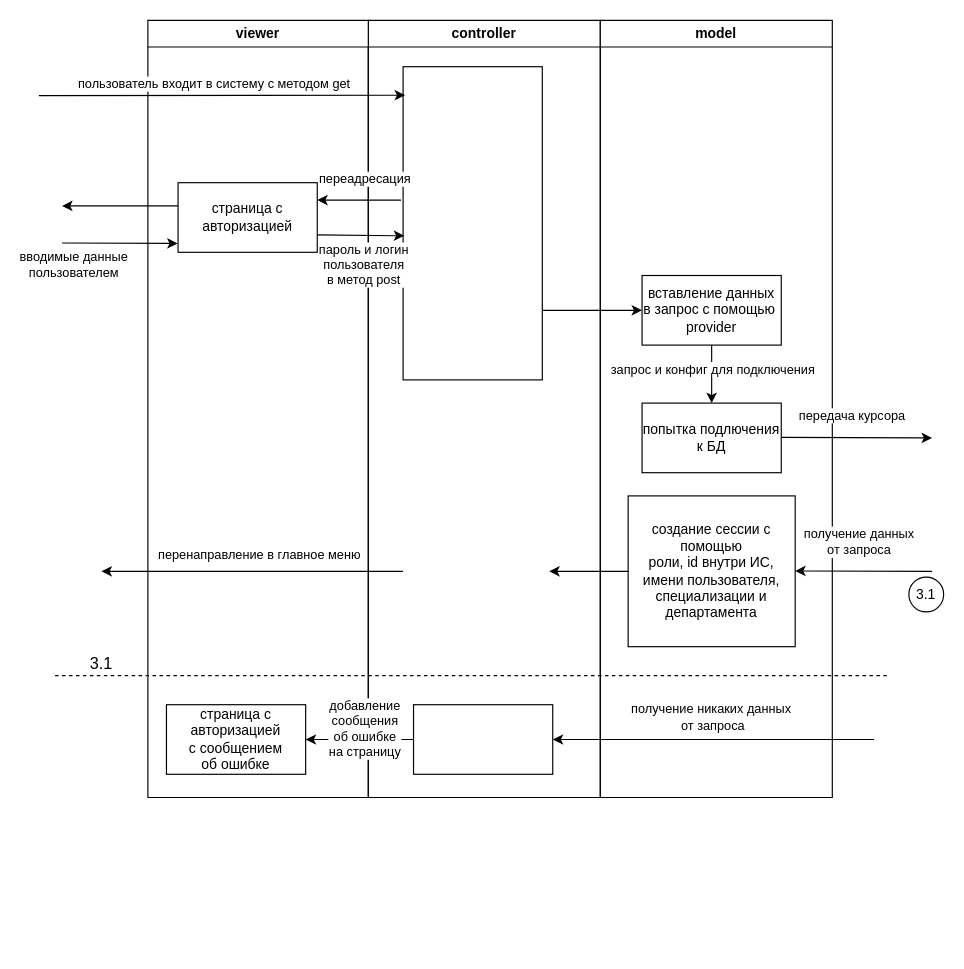
Kirpichikk/final_project keeps this draw.io diagram as мьс/авторизация.drawio. Above is the earlier version. Source tidied: cells renumbered, new cells numbered last; positions are measured from the earlier drawing's top-left corner, leaving out a move shared by most shapes. Both pictures are drawn from the tidied source at 116%, with x=0, y=0 at pixel (38, 20).
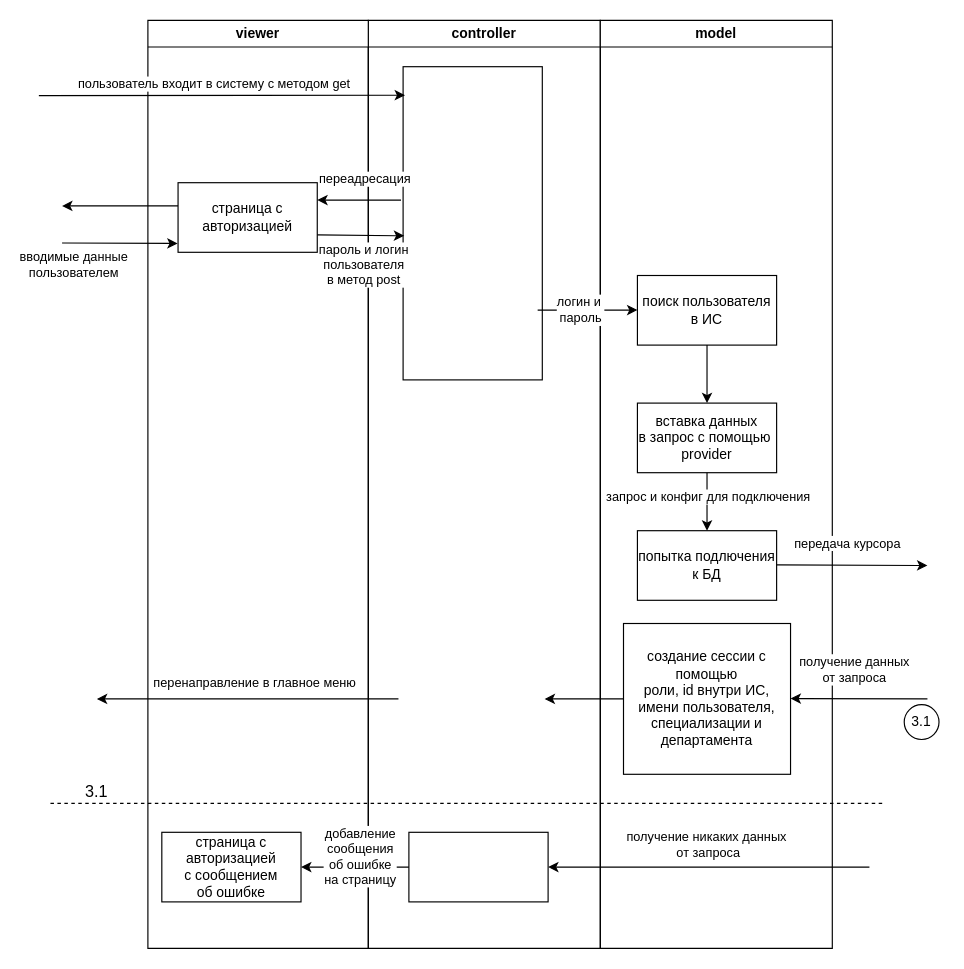
The same page after the edit.

Diff of the diagram source:
```diff
@@
     <mxCell id="2" value="controller" style="swimlane;whiteSpace=wrap;html=1;" parent="1" vertex="1">
-      <mxGeometry x="284" width="200" height="670" as="geometry" />
+      <mxGeometry x="284" width="200" height="800" as="geometry" />
     </mxCell>
     <mxCell id="3" value="viewer" style="swimlane;whiteSpace=wrap;html=1;" parent="2" vertex="1">
-      <mxGeometry x="-190" width="190" height="670" as="geometry" />
+      <mxGeometry x="-190" width="190" height="800" as="geometry" />
     </mxCell>
@@
     <mxCell id="6" style="endArrow=none;dashed=1;html=1;rounded=0;" parent="3" edge="1">
       <mxGeometry relative="1" as="geometry">
-        <mxPoint x="-80" y="565" as="sourcePoint" />
-        <mxPoint x="640" y="565" as="targetPoint" />
+        <mxPoint x="-84" y="675" as="sourcePoint" />
+        <mxPoint x="636" y="675" as="targetPoint" />
       </mxGeometry>
     </mxCell>
     <mxCell id="7" value="&lt;font style=&quot;font-size: 14px;&quot;&gt;3.1&lt;/font&gt;" style="text;html=1;align=center;verticalAlign=middle;whiteSpace=wrap;rounded=0;" parent="3" vertex="1">
-      <mxGeometry x="-70" y="540" width="60" height="30" as="geometry" />
+      <mxGeometry x="-74" y="650" width="60" height="30" as="geometry" />
     </mxCell>
@@
-    <mxCell id="13" style="endArrow=classic;html=1;rounded=0;" parent="2" edge="1">
-      <mxGeometry relative="1" as="geometry">
-        <mxPoint x="150" y="250" as="sourcePoint" />
-        <mxPoint x="236" y="250" as="targetPoint" />
-      </mxGeometry>
-    </mxCell>
     <mxCell id="14" style="endArrow=classic;html=1;rounded=0;entryX=1;entryY=0.5;entryDx=0;entryDy=0;" parent="2" edge="1" target="16">
       <mxGeometry relative="1" as="geometry">
-        <mxPoint x="436" y="620" as="sourcePoint" />
+        <mxPoint x="432" y="730" as="sourcePoint" />
       </mxGeometry>
     </mxCell>
@@
     <mxCell id="16" style="rounded=0;whiteSpace=wrap;html=1;" parent="2" vertex="1">
-      <mxGeometry x="39" y="590" width="120" height="60" as="geometry" />
+      <mxGeometry x="35" y="700" width="120" height="60" as="geometry" />
     </mxCell>
@@
     <mxCell id="19" value="страница с авторизацией&lt;br&gt;с сообщением&lt;br&gt;об ошибке" style="rounded=0;whiteSpace=wrap;html=1;" parent="2" vertex="1">
-      <mxGeometry x="-174" y="590" width="120" height="60" as="geometry" />
+      <mxGeometry x="-178" y="700" width="120" height="60" as="geometry" />
     </mxCell>
     <mxCell id="20" style="endArrow=classic;html=1;rounded=0;" parent="2" edge="1">
       <mxGeometry relative="1" as="geometry">
-        <mxPoint x="30" y="475" as="sourcePoint" />
-        <mxPoint x="-230" y="475" as="targetPoint" />
+        <mxPoint x="26" y="585" as="sourcePoint" />
+        <mxPoint x="-234" y="585" as="targetPoint" />
       </mxGeometry>
     </mxCell>
@@
     <mxCell id="22" value="model" style="swimlane;whiteSpace=wrap;html=1;" parent="1" vertex="1">
-      <mxGeometry x="484" width="200" height="670" as="geometry" />
+      <mxGeometry x="484" width="200" height="800" as="geometry" />
     </mxCell>
-    <mxCell id="23" value="вставление данных&lt;br&gt;в запрос с помощью&amp;nbsp;&lt;br&gt;provider" style="rounded=0;whiteSpace=wrap;html=1;" parent="22" vertex="1">
-      <mxGeometry x="36" y="220" width="120" height="60" as="geometry" />
+    <mxCell id="23" value="вставка данных&lt;br&gt;в запрос с помощью&amp;nbsp;&lt;br&gt;provider" style="rounded=0;whiteSpace=wrap;html=1;" parent="22" vertex="1">
+      <mxGeometry x="32" y="330" width="120" height="60" as="geometry" />
     </mxCell>
     <mxCell id="24" value="попытка подлючения&lt;br&gt;к БД" style="rounded=0;whiteSpace=wrap;html=1;" parent="22" vertex="1">
-      <mxGeometry x="36" y="330" width="120" height="60" as="geometry" />
+      <mxGeometry x="32" y="440" width="120" height="60" as="geometry" />
     </mxCell>
@@
     <mxCell id="27" value="создание сессии с помощью&lt;br&gt;роли, id внутри ИС,&lt;br&gt;имени пользователя,&lt;br&gt;специализации и департамента" style="rounded=0;whiteSpace=wrap;html=1;" parent="22" vertex="1">
-      <mxGeometry x="24" y="410" width="144" height="130" as="geometry" />
+      <mxGeometry x="20" y="520" width="144" height="130" as="geometry" />
     </mxCell>
+    <mxCell id="38" value="поиск пользователя в ИС" style="rounded=0;whiteSpace=wrap;html=1;" parent="22" vertex="1">
+      <mxGeometry x="32" y="220" width="120" height="60" as="geometry" />
+    </mxCell>
+    <mxCell id="13" style="endArrow=classic;html=1;rounded=0;" parent="22" edge="1">
+      <mxGeometry relative="1" as="geometry">
+        <mxPoint x="-54" y="249.8" as="sourcePoint" />
+        <mxPoint x="32" y="249.8" as="targetPoint" />
+      </mxGeometry>
+    </mxCell>
+    <mxCell id="39" value="логин и&amp;nbsp;&lt;br&gt;пароль" style="edgeLabel;html=1;align=center;verticalAlign=middle;" parent="13" vertex="1">
+      <mxGeometry x="-0.17" relative="1" as="geometry" />
+    </mxCell>
+    <mxCell id="40" style="endArrow=classic;html=1;rounded=0;exitX=0.5;exitY=1;exitDx=0;exitDy=0;entryX=0.5;entryY=0;entryDx=0;entryDy=0;" parent="22" edge="1" source="38" target="23">
+      <mxGeometry relative="1" as="geometry" />
+    </mxCell>
@@
     <mxCell id="32" style="endArrow=classic;html=1;rounded=0;" parent="1" edge="1">
       <mxGeometry relative="1" as="geometry">
-        <mxPoint x="640" y="359.5" as="sourcePoint" />
-        <mxPoint x="770" y="360" as="targetPoint" />
+        <mxPoint x="636" y="469.5" as="sourcePoint" />
+        <mxPoint x="766" y="470" as="targetPoint" />
       </mxGeometry>
     </mxCell>
@@
     <mxCell id="34" value="3.1" style="ellipse;whiteSpace=wrap;html=1;" parent="1" vertex="1">
-      <mxGeometry x="750" y="480" width="30" height="30" as="geometry" />
+      <mxGeometry x="746" y="590" width="30" height="30" as="geometry" />
     </mxCell>
     <mxCell id="35" style="endArrow=classic;html=1;rounded=0;" parent="1" edge="1">
       <mxGeometry relative="1" as="geometry">
-        <mxPoint x="770" y="475" as="sourcePoint" />
-        <mxPoint x="652" y="474.7" as="targetPoint" />
+        <mxPoint x="766" y="585" as="sourcePoint" />
+        <mxPoint x="648" y="584.7" as="targetPoint" />
       </mxGeometry>
     </mxCell>
@@
     <mxCell id="37" style="endArrow=classic;html=1;rounded=0;exitX=0;exitY=0.5;exitDx=0;exitDy=0;" parent="1" edge="1" source="27">
       <mxGeometry relative="1" as="geometry">
-        <mxPoint x="440" y="475" as="targetPoint" />
+        <mxPoint x="436" y="585" as="targetPoint" />
       </mxGeometry>
     </mxCell>
```
